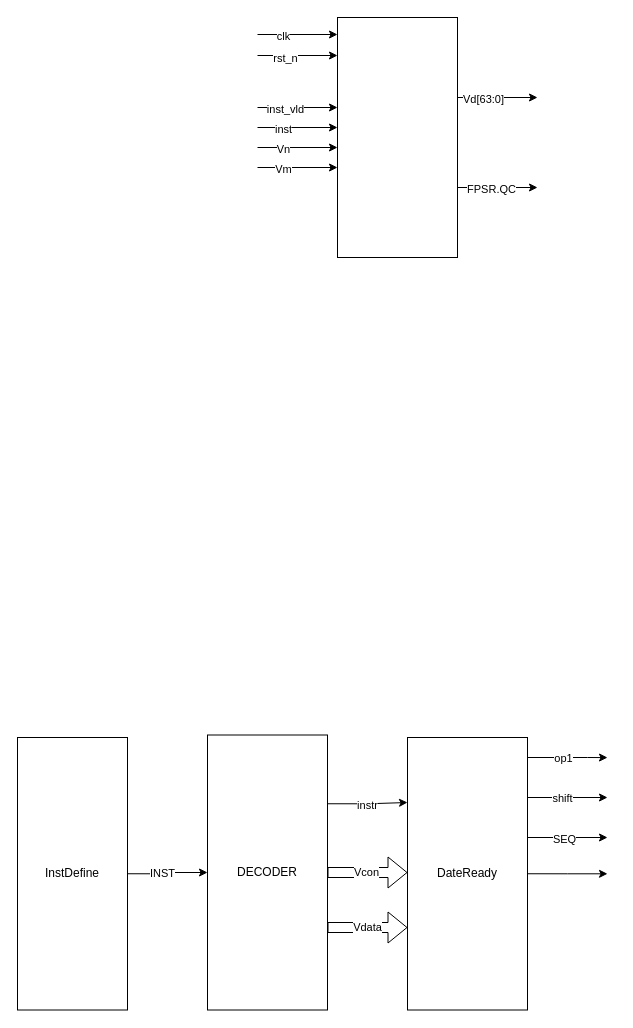
The draw.io diagram page "shift接口" (5 of 7) of 未命名绘图.drawio in xiaoqiangshijie/BRU, before the edit. Source tidied: cells renumbered, new cells numbered last; positions are measured from the earlier drawing's top-left corner, leaving out a move shared by most shapes. Both pictures are drawn from the tidied source at 100%, with x=0, y=0 at pixel (17, 17).
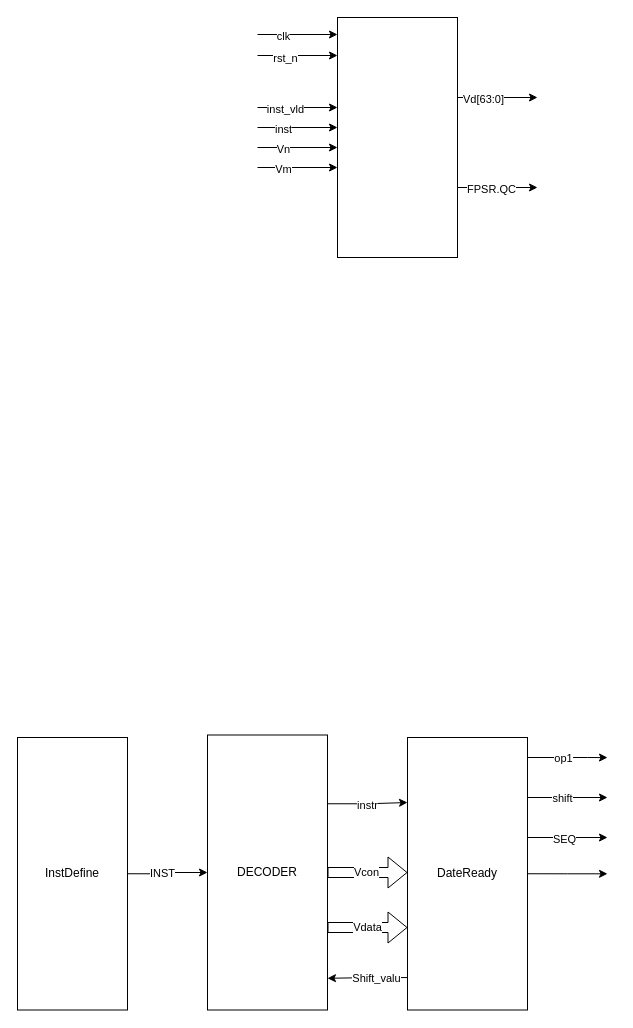
The same page after the edit.

Commit message:
更新未命名绘图.drawio

The change refers to these unchanged cells:
```xml
<mxCell id="30" value="DateReady" style="rounded=0;whiteSpace=wrap;html=1;" parent="1" vertex="1">
  <mxGeometry x="390" y="720" width="120" height="272.5" as="geometry" />
</mxCell>
```

The edit, as a diff of the source:
```diff
@@
+    <mxCell id="36" style="edgeStyle=orthogonalEdgeStyle;rounded=0;jettySize=auto;html=1;exitX=-0.002;exitY=0.881;exitDx=0;exitDy=0;entryX=1;entryY=0.75;entryDx=0;entryDy=0;exitPerimeter=0;" parent="1" edge="1" source="30">
+      <mxGeometry relative="1" as="geometry">
+        <mxPoint x="310" y="960.8" as="targetPoint" />
+        <Array as="points">
+          <mxPoint x="350" y="960" />
+        </Array>
+      </mxGeometry>
+    </mxCell>
+    <mxCell id="37" value="Shift_valu" style="edgeLabel;html=1;align=center;verticalAlign=middle;" parent="36" vertex="1">
+      <mxGeometry x="-0.22" relative="1" as="geometry" />
+    </mxCell>
```
